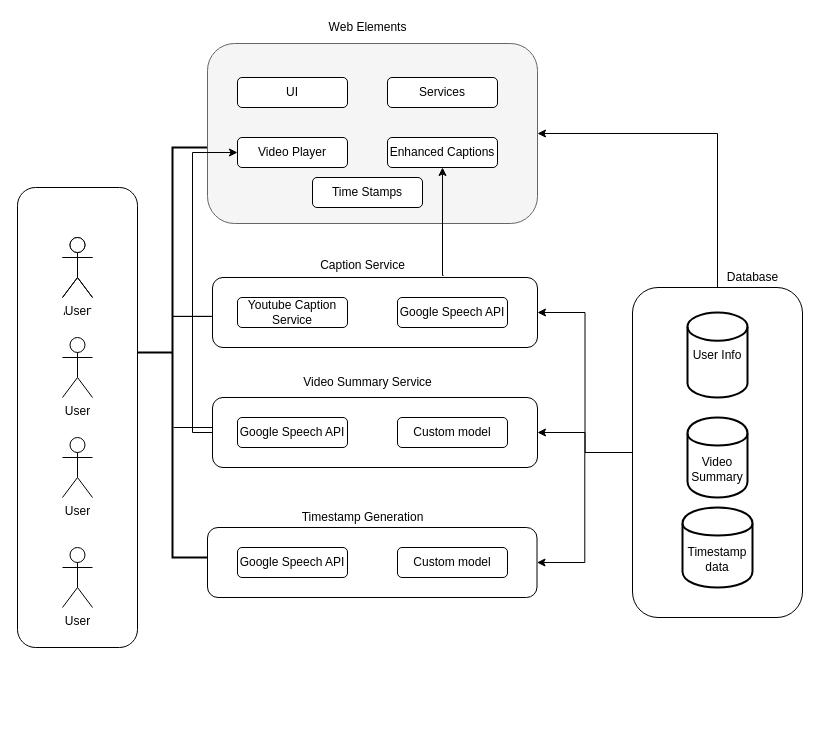
Earlier version of the draw.io diagram Untitled Diagram.drawio (chiragkhachane/Caption_project). Source tidied: cells renumbered, new cells numbered last; positions are measured from the earlier drawing's top-left corner, leaving out a move shared by most shapes. Both pictures are drawn from the tidied source at 100%, with x=0, y=0 at pixel (17, 17).
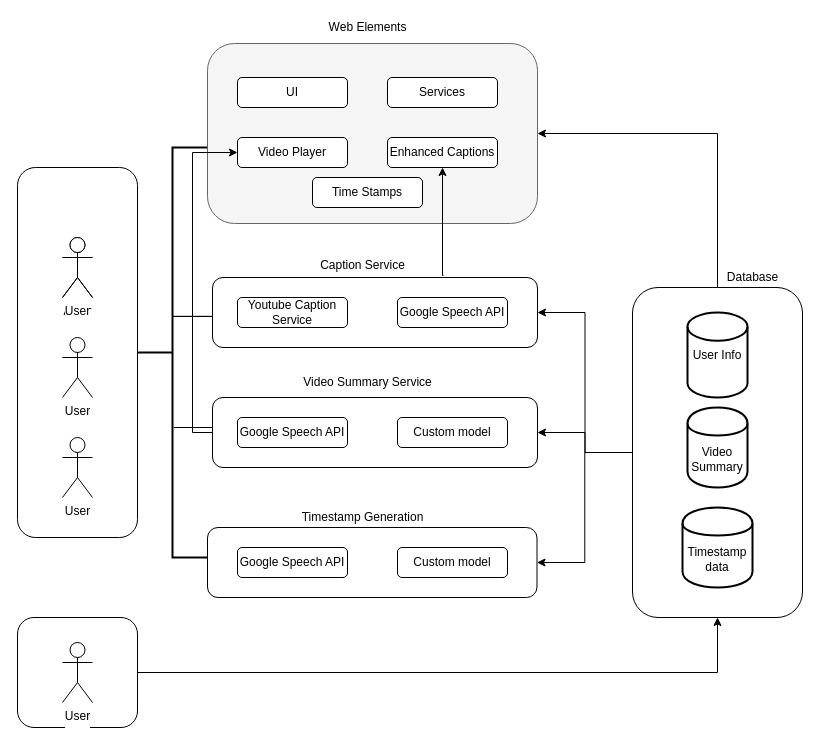
The same page after the edit.

Unchanged cells that the change refers to:
```xml
<mxCell id="5" style="rounded=1;whiteSpace=wrap;html=1;" parent="1" vertex="1">
  <mxGeometry x="615" y="270" width="170" height="330" as="geometry" />
</mxCell>
```

Diff of the diagram source:
```diff
@@
+    <mxCell id="42" style="edgeStyle=orthogonalEdgeStyle;rounded=0;jettySize=auto;html=1;entryX=0.5;entryY=1;entryDx=0;entryDy=0;" parent="1" edge="1" source="43" target="5">
+      <mxGeometry relative="1" as="geometry" />
+    </mxCell>
+    <mxCell id="43" style="rounded=1;whiteSpace=wrap;html=1;strokeWidth=1;" parent="1" vertex="1">
+      <mxGeometry y="600" width="120" height="110" as="geometry" />
+    </mxCell>
@@
     <mxCell id="6" style="rounded=1;whiteSpace=wrap;html=1;" parent="1" vertex="1">
-      <mxGeometry y="170" width="120" height="460" as="geometry" />
+      <mxGeometry y="150" width="120" height="370" as="geometry" />
     </mxCell>
@@
     <mxCell id="11" value="&lt;div&gt;User&lt;/div&gt;&lt;div&gt;&lt;br&gt;&lt;/div&gt;" style="shape=umlActor;verticalLabelPosition=bottom;labelBackgroundColor=#ffffff;verticalAlign=top;html=1;" parent="1" vertex="1">
-      <mxGeometry x="45" y="530" width="30" height="60" as="geometry" />
+      <mxGeometry x="45" y="625" width="30" height="60" as="geometry" />
     </mxCell>
@@
     <mxCell id="39" value="Video Summary" style="shape=cylinder;whiteSpace=wrap;html=1;boundedLbl=1;backgroundOutline=1;fontStyle=0;strokeWidth=2;" parent="1" vertex="1">
-      <mxGeometry x="670" y="400" width="60" height="80" as="geometry" />
+      <mxGeometry x="670" y="390" width="60" height="80" as="geometry" />
     </mxCell>
@@
+    <mxCell id="44" style="edgeStyle=orthogonalEdgeStyle;rounded=0;orthogonalLoop=1;jettySize=auto;html=1;exitX=0.5;exitY=1;exitDx=0;exitDy=0;" parent="1" edge="1" source="6" target="6">
+      <mxGeometry relative="1" as="geometry" />
+    </mxCell>
```
